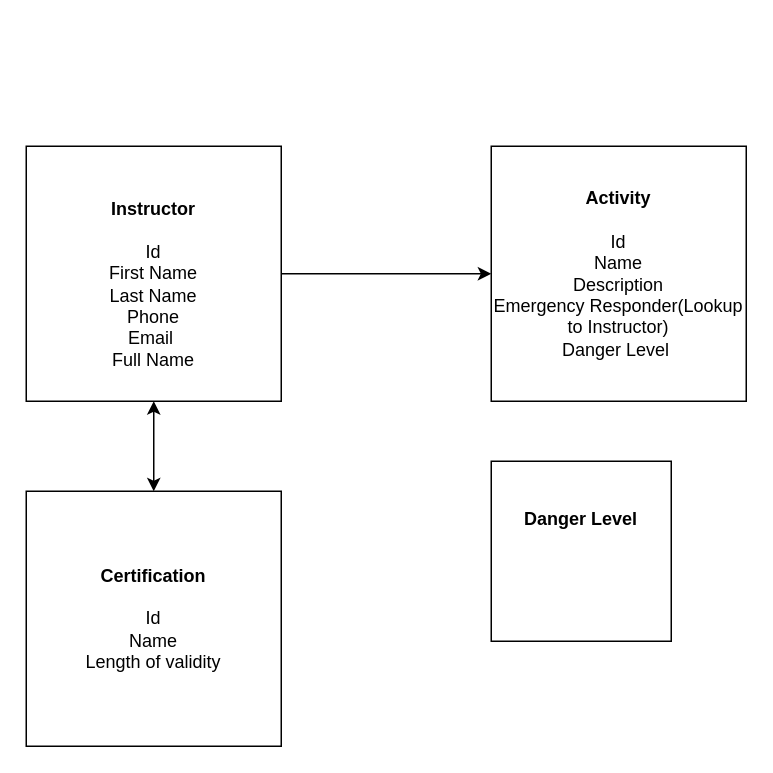
Above: Architects Accelerator.drawio in pavanmanideep/ArchitechtsAccelerator (draw.io), before the change. Source tidied: cells renumbered, new cells numbered last; positions are measured from the earlier drawing's top-left corner, leaving out a move shared by most shapes. Both pictures are drawn from the tidied source at 150%, with x=0, y=0 at pixel (26, 146).
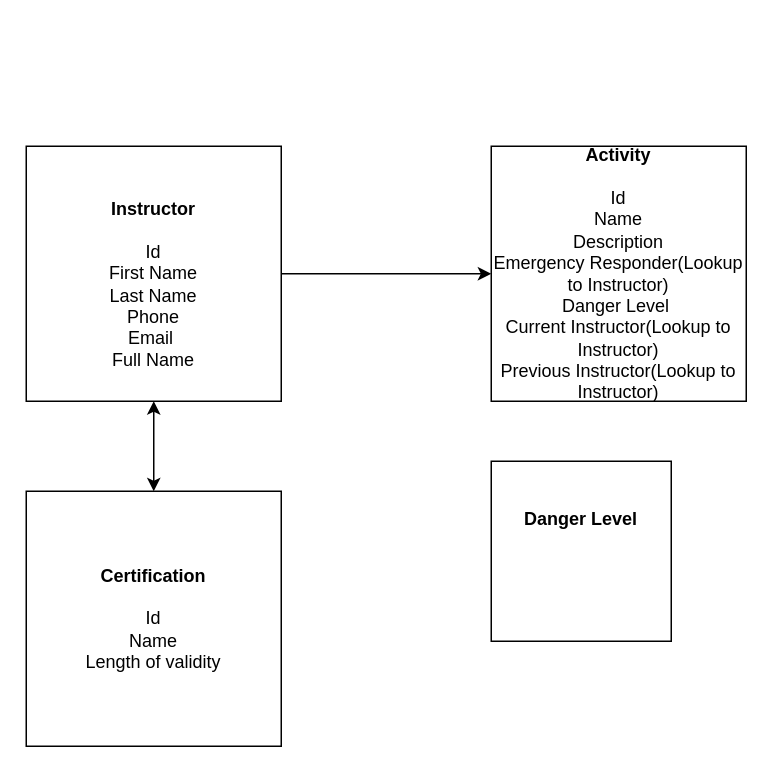
Above is the later version.

The edit, as a diff of the source:
```diff
@@
 <mxGraphModel>
   <root>
     <mxCell id="0" />
     <mxCell id="1" parent="0" />
     <mxCell id="2" value="&lt;div&gt;&lt;b&gt;&lt;br&gt;&lt;/b&gt;&lt;/div&gt;&lt;div&gt;&lt;b&gt;&lt;br&gt;&lt;/b&gt;&lt;/div&gt;&lt;div&gt;&lt;b&gt;&lt;br&gt;&lt;/b&gt;&lt;/div&gt;&lt;div&gt;&lt;b&gt;&lt;br&gt;&lt;/b&gt;&lt;/div&gt;&lt;div&gt;&lt;b&gt;&lt;br&gt;&lt;/b&gt;&lt;/div&gt;&lt;div&gt;&lt;b&gt;&lt;br&gt;&lt;/b&gt;&lt;/div&gt;&lt;div&gt;&lt;b&gt;&lt;br&gt;&lt;/b&gt;&lt;/div&gt;&lt;div&gt;&lt;b&gt;&lt;br&gt;&lt;/b&gt;&lt;/div&gt;&lt;b&gt;Instructor&lt;/b&gt;&lt;div&gt;&lt;b&gt;&lt;br&gt;&lt;/b&gt;&lt;div&gt;Id&lt;/div&gt;&lt;div&gt;First Name&lt;/div&gt;&lt;div&gt;Last Name&lt;/div&gt;&lt;div&gt;Phone&lt;/div&gt;&lt;div&gt;Email&amp;nbsp;&lt;br&gt;Full Name&lt;/div&gt;&lt;div&gt;&lt;br&gt;&lt;/div&gt;&lt;div&gt;&lt;br&gt;&lt;/div&gt;&lt;div&gt;&lt;br&gt;&lt;/div&gt;&lt;div&gt;&lt;br&gt;&lt;/div&gt;&lt;div&gt;&lt;br&gt;&lt;/div&gt;&lt;div&gt;&lt;br&gt;&lt;/div&gt;&lt;div&gt;&lt;br&gt;&lt;/div&gt;&lt;/div&gt;" style="whiteSpace=wrap;html=1;" parent="1" vertex="1">
       <mxGeometry width="170" height="170" as="geometry" />
     </mxCell>
-    <mxCell id="3" value="&lt;div&gt;&lt;b&gt;Activity&lt;/b&gt;&lt;/div&gt;&lt;div&gt;&lt;br&gt;&lt;/div&gt;&lt;div&gt;&lt;span style=&quot;background-color: transparent; color: light-dark(rgb(0, 0, 0), rgb(255, 255, 255));&quot;&gt;Id&lt;/span&gt;&lt;/div&gt;&lt;div&gt;Name&lt;/div&gt;&lt;div&gt;Description&lt;/div&gt;&lt;div&gt;Emergency Responder(Lookup to Instructor)&lt;/div&gt;&lt;div&gt;Danger Level&amp;nbsp;&lt;/div&gt;" style="whiteSpace=wrap;html=1;" parent="1" vertex="1">
+    <mxCell id="3" value="&lt;div&gt;&lt;b&gt;Activity&lt;/b&gt;&lt;/div&gt;&lt;div&gt;&lt;br&gt;&lt;/div&gt;&lt;div&gt;&lt;span style=&quot;background-color: transparent; color: light-dark(rgb(0, 0, 0), rgb(255, 255, 255));&quot;&gt;Id&lt;/span&gt;&lt;/div&gt;&lt;div&gt;Name&lt;/div&gt;&lt;div&gt;Description&lt;/div&gt;&lt;div&gt;Emergency Responder(Lookup to Instructor)&lt;/div&gt;&lt;div&gt;Danger Level&amp;nbsp;&lt;/div&gt;&lt;div&gt;Current Instructor(Lookup to Instructor)&lt;/div&gt;&lt;div&gt;Previous Instructor&lt;span style=&quot;background-color: transparent; color: light-dark(rgb(0, 0, 0), rgb(255, 255, 255));&quot;&gt;(Lookup to Instructor)&lt;/span&gt;&lt;/div&gt;" style="whiteSpace=wrap;html=1;" parent="1" vertex="1">
       <mxGeometry x="310" width="170" height="170" as="geometry" />
     </mxCell>
     <mxCell id="4" style="endArrow=classic;html=1;rounded=0;exitX=1;exitY=0.5;exitDx=0;exitDy=0;" parent="1" edge="1" source="2" target="3">
       <mxGeometry relative="1" as="geometry" />
     </mxCell>
     <mxCell id="5" value="&lt;b&gt;Danger Level&lt;/b&gt;&lt;div&gt;&lt;b&gt;&lt;br&gt;&lt;/b&gt;&lt;/div&gt;&lt;div&gt;&lt;b&gt;&lt;br&gt;&lt;/b&gt;&lt;/div&gt;&lt;div&gt;&lt;br&gt;&lt;/div&gt;" style="whiteSpace=wrap;html=1;" parent="1" vertex="1">
       <mxGeometry x="310" y="210" width="120" height="120" as="geometry" />
     </mxCell>
     <mxCell id="6" value="&lt;b&gt;Certification&lt;/b&gt;&lt;div&gt;&lt;br&gt;&lt;/div&gt;&lt;div&gt;Id&lt;/div&gt;&lt;div&gt;Name&lt;/div&gt;&lt;div&gt;Length of validity&lt;/div&gt;" style="whiteSpace=wrap;html=1;" parent="1" vertex="1">
       <mxGeometry y="230" width="170" height="170" as="geometry" />
     </mxCell>
     <mxCell id="7" style="endArrow=classic;startArrow=classic;html=1;rounded=0;entryX=0.5;entryY=0;entryDx=0;entryDy=0;" parent="1" edge="1" source="2" target="6">
       <mxGeometry relative="1" as="geometry" />
     </mxCell>
   </root>
 </mxGraphModel>
```
